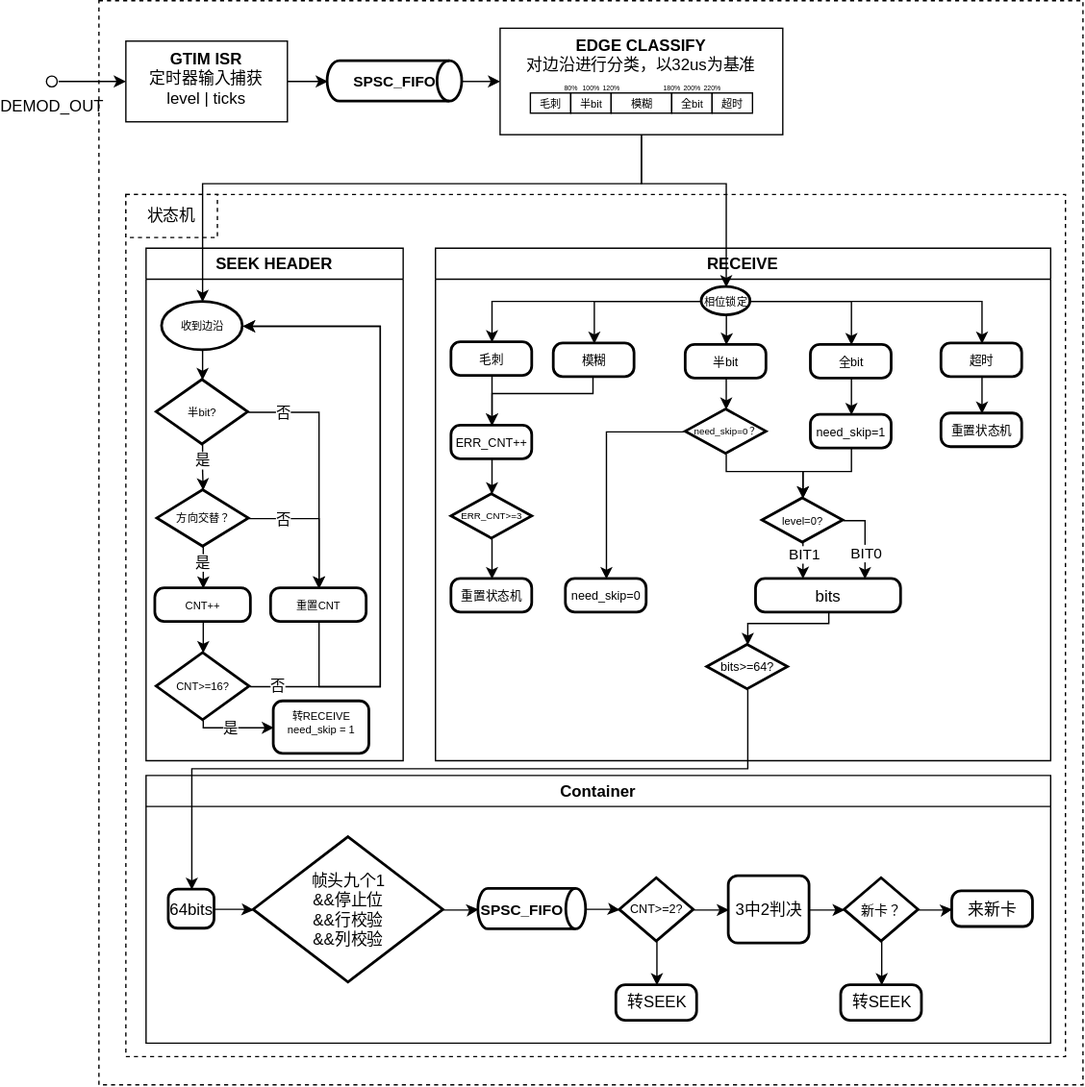
This is 资源/drawio/1785915796819.drawio.svg from Siaiai/ObsidianNote, a draw.io export, as it was before one commit. Source tidied: cells renumbered, new cells last; positions are measured from the earlier drawing's top-left corner, leaving out a move shared by most shapes.
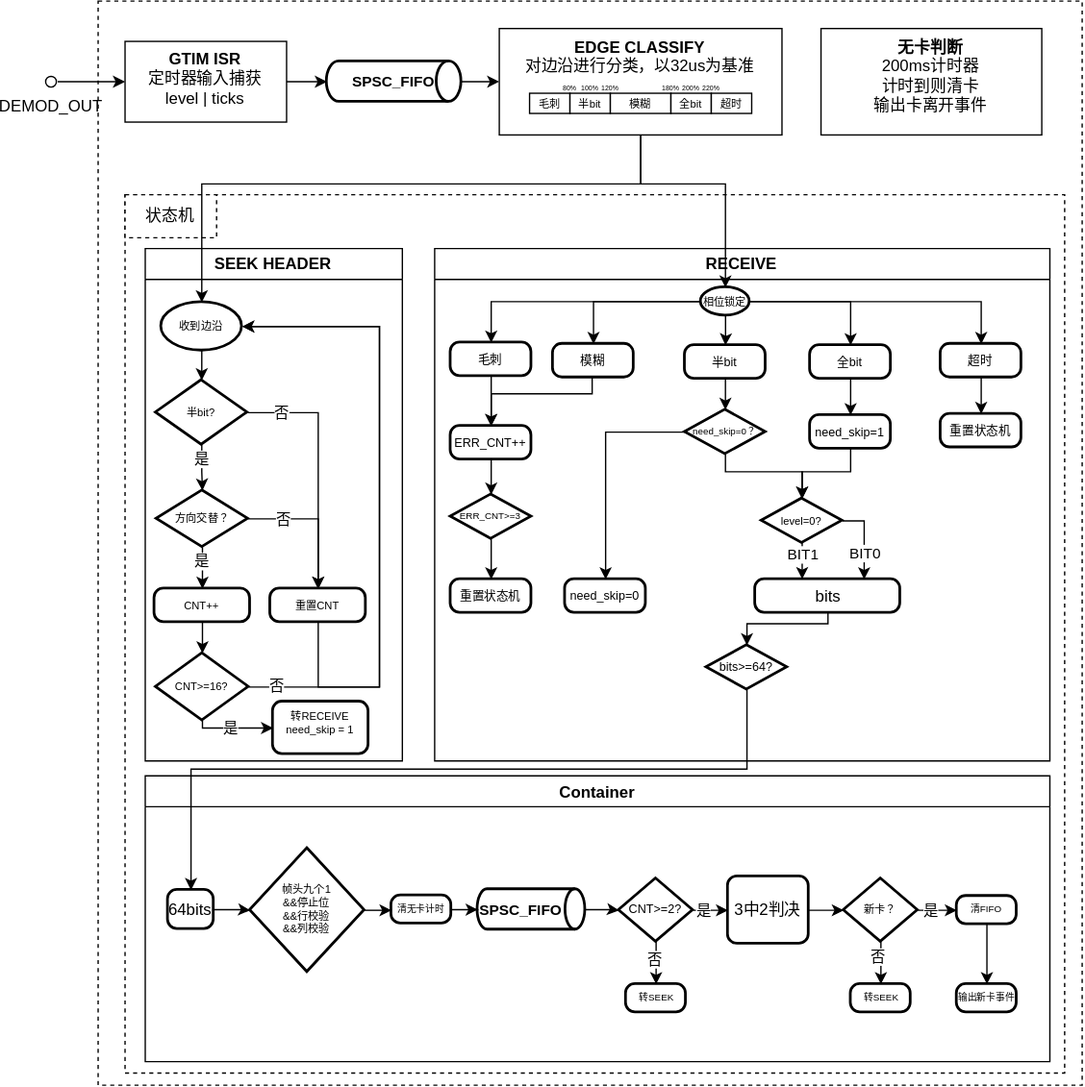
After the change.

Commit message:
[自动]笔记同步:2026-08-05 22:45:18 涉及文件个数:2

Affected files:
工作/[[SR3读卡器]]/260804SR3框架整理.md
资源/drawio/1785915796819.drawio.svg

The edit, as a diff of the source:
```diff
@@ -6,7 +6,7 @@
       <mxGeometry x="40" width="731" height="806" as="geometry" />
     </mxCell>
     <mxCell id="3" style="rounded=0;whiteSpace=wrap;html=1;dashed=1;fillColor=none;" parent="1" vertex="1">
-      <mxGeometry x="60" y="144" width="698" height="641" as="geometry" />
+      <mxGeometry x="60" y="144" width="698" height="653" as="geometry" />
     </mxCell>
     <mxCell id="4" style="edgeStyle=orthogonalEdgeStyle;rounded=0;jettySize=auto;html=1;" parent="1" edge="1" source="5" target="10">
       <mxGeometry relative="1" as="geometry" />
@@ -322,13 +322,13 @@
       </mxGeometry>
     </mxCell>
     <mxCell id="85" value="Container" style="swimlane;" parent="1" vertex="1">
-      <mxGeometry x="75" y="576" width="672" height="199" as="geometry" />
+      <mxGeometry x="75" y="576" width="672" height="212.5" as="geometry" />
     </mxCell>
     <mxCell id="86" value="64bits" style="rounded=1;whiteSpace=wrap;html=1;absoluteArcSize=1;arcSize=14;strokeWidth=2;" parent="85" vertex="1">
       <mxGeometry x="17" y="85" width="34" height="29" as="geometry" />
     </mxCell>
-    <mxCell id="87" value="帧头九个1&lt;div&gt;&amp;amp;&amp;amp;停止位&lt;/div&gt;&lt;div&gt;&amp;amp;&amp;amp;行校验&lt;/div&gt;&lt;div&gt;&amp;amp;&amp;amp;列校验&lt;/div&gt;" style="strokeWidth=2;html=1;shape=mxgraph.flowchart.decision;whiteSpace=wrap;" parent="85" vertex="1">
-      <mxGeometry x="80" y="46" width="141" height="108" as="geometry" />
+    <mxCell id="87" value="帧头九个1&lt;div&gt;&amp;amp;&amp;amp;停止位&lt;/div&gt;&lt;div&gt;&amp;amp;&amp;amp;行校验&lt;/div&gt;&lt;div&gt;&amp;amp;&amp;amp;列校验&lt;/div&gt;" style="strokeWidth=2;html=1;shape=mxgraph.flowchart.decision;whiteSpace=wrap;fontSize=8;" parent="85" vertex="1">
+      <mxGeometry x="78" y="54" width="85" height="92" as="geometry" />
     </mxCell>
     <mxCell id="88" value="&lt;font face=&quot;Helvetica&quot; style=&quot;font-size: 11px;&quot;&gt;&lt;b style=&quot;&quot;&gt;SPSC_FIFO&lt;/b&gt;&lt;/font&gt;" style="strokeWidth=2;html=1;shape=mxgraph.flowchart.direct_data;whiteSpace=wrap;align=left;" parent="85" vertex="1">
       <mxGeometry x="247" y="84.5" width="80" height="30" as="geometry" />
@@ -336,45 +336,60 @@
     <mxCell id="89" style="edgeStyle=orthogonalEdgeStyle;rounded=0;jettySize=auto;html=1;entryX=0;entryY=0.5;entryDx=0;entryDy=0;" parent="85" edge="1" source="91" target="92">
       <mxGeometry relative="1" as="geometry" />
     </mxCell>
+    <mxCell id="104" value="是" style="edgeLabel;html=1;align=center;verticalAlign=middle;" parent="89" vertex="1">
+      <mxGeometry x="0.47" relative="1" as="geometry">
+        <mxPoint x="-4" as="offset" />
+      </mxGeometry>
+    </mxCell>
     <mxCell id="90" style="edgeStyle=orthogonalEdgeStyle;rounded=0;jettySize=auto;html=1;entryX=0.5;entryY=0;entryDx=0;entryDy=0;" parent="85" edge="1" source="91" target="96">
       <mxGeometry relative="1" as="geometry" />
     </mxCell>
+    <mxCell id="105" value="否" style="edgeLabel;html=1;align=center;verticalAlign=middle;" parent="90" vertex="1">
+      <mxGeometry x="0.23" y="-1" relative="1" as="geometry" />
+    </mxCell>
     <mxCell id="91" value="CNT&amp;gt;=2?" style="strokeWidth=2;html=1;shape=mxgraph.flowchart.decision;whiteSpace=wrap;fontSize=9;" parent="85" vertex="1">
       <mxGeometry x="352" y="76.5" width="55" height="47" as="geometry" />
     </mxCell>
     <mxCell id="92" value="3中2判决" style="rounded=1;whiteSpace=wrap;html=1;absoluteArcSize=1;arcSize=14;strokeWidth=2;" parent="85" vertex="1">
       <mxGeometry x="433" y="75" width="60" height="50" as="geometry" />
     </mxCell>
+    <mxCell id="94" style="edgeStyle=orthogonalEdgeStyle;rounded=0;jettySize=auto;html=1;entryX=0;entryY=0.5;entryDx=0;entryDy=0;" parent="85" edge="1" source="95" target="108">
+      <mxGeometry relative="1" as="geometry" />
+    </mxCell>
+    <mxCell id="106" value="是" style="edgeLabel;html=1;align=center;verticalAlign=middle;" parent="94" vertex="1">
+      <mxGeometry x="0.04" y="2" relative="1" as="geometry">
+        <mxPoint x="-4" y="-2" as="offset" />
+      </mxGeometry>
+    </mxCell>
     <mxCell id="93" style="edgeStyle=orthogonalEdgeStyle;rounded=0;jettySize=auto;html=1;entryX=0.5;entryY=0;entryDx=0;entryDy=0;" parent="85" edge="1" source="95" target="97">
       <mxGeometry relative="1" as="geometry" />
     </mxCell>
-    <mxCell id="94" style="edgeStyle=orthogonalEdgeStyle;rounded=0;jettySize=auto;html=1;entryX=0;entryY=0.5;entryDx=0;entryDy=0;" parent="85" edge="1" source="95" target="102">
-      <mxGeometry relative="1" as="geometry" />
-    </mxCell>
+    <mxCell id="107" value="否" style="edgeLabel;html=1;align=center;verticalAlign=middle;" parent="93" vertex="1">
+      <mxGeometry x="0.15" y="-1" relative="1" as="geometry">
+        <mxPoint x="-1" as="offset" />
+      </mxGeometry>
+    </mxCell>
-    <mxCell id="95" value="新卡？" style="strokeWidth=2;html=1;shape=mxgraph.flowchart.decision;whiteSpace=wrap;fontSize=10;" parent="85" vertex="1">
+    <mxCell id="95" value="新卡？" style="strokeWidth=2;html=1;shape=mxgraph.flowchart.decision;whiteSpace=wrap;fontSize=8;" parent="85" vertex="1">
       <mxGeometry x="519" y="76.5" width="55" height="47" as="geometry" />
     </mxCell>
-    <mxCell id="96" value="转SEEK" style="rounded=1;whiteSpace=wrap;html=1;absoluteArcSize=1;arcSize=14;strokeWidth=2;" parent="85" vertex="1">
-      <mxGeometry x="349.5" y="156" width="60" height="26.5" as="geometry" />
+    <mxCell id="96" value="转SEEK" style="rounded=1;whiteSpace=wrap;html=1;absoluteArcSize=1;arcSize=14;strokeWidth=2;fontFamily=Helvetica;fontSize=7;fontColor=default;fontStyle=0;align=center;verticalAlign=middle;" parent="85" vertex="1">
+      <mxGeometry x="357.2" y="155" width="44.5" height="21" as="geometry" />
     </mxCell>
-    <mxCell id="97" value="转SEEK" style="rounded=1;whiteSpace=wrap;html=1;absoluteArcSize=1;arcSize=14;strokeWidth=2;" parent="85" vertex="1">
-      <mxGeometry x="516.5" y="156" width="60" height="26.5" as="geometry" />
+    <mxCell id="97" value="转SEEK" style="rounded=1;whiteSpace=wrap;html=1;absoluteArcSize=1;arcSize=14;strokeWidth=2;fontFamily=Helvetica;fontSize=7;fontColor=default;fontStyle=0;align=center;verticalAlign=middle;" parent="85" vertex="1">
+      <mxGeometry x="524.2" y="155" width="44.5" height="21" as="geometry" />
     </mxCell>
     <mxCell id="98" style="edgeStyle=orthogonalEdgeStyle;rounded=0;jettySize=auto;html=1;entryX=0;entryY=0.5;entryDx=0;entryDy=0;entryPerimeter=0;" parent="85" edge="1" source="86" target="87">
       <mxGeometry relative="1" as="geometry" />
     </mxCell>
-    <mxCell id="99" style="edgeStyle=orthogonalEdgeStyle;rounded=0;jettySize=auto;html=1;entryX=0;entryY=0.5;entryDx=0;entryDy=0;entryPerimeter=0;" parent="85" edge="1" source="87" target="88">
-      <mxGeometry relative="1" as="geometry" />
-    </mxCell>
     <mxCell id="100" style="edgeStyle=orthogonalEdgeStyle;rounded=0;jettySize=auto;html=1;entryX=0;entryY=0.5;entryDx=0;entryDy=0;entryPerimeter=0;" parent="85" edge="1" source="88" target="91">
       <mxGeometry relative="1" as="geometry" />
     </mxCell>
     <mxCell id="101" style="edgeStyle=orthogonalEdgeStyle;rounded=0;jettySize=auto;html=1;entryX=0;entryY=0.5;entryDx=0;entryDy=0;entryPerimeter=0;" parent="85" edge="1" source="92" target="95">
       <mxGeometry relative="1" as="geometry" />
     </mxCell>
-    <mxCell id="102" value="来新卡" style="rounded=1;whiteSpace=wrap;html=1;absoluteArcSize=1;arcSize=14;strokeWidth=2;fontStyle=0;" parent="85" vertex="1">
-      <mxGeometry x="599" y="86.2" width="60" height="26.5" as="geometry" />
-    </mxCell>
+    <mxCell id="108" value="清FIFO" style="rounded=1;whiteSpace=wrap;html=1;absoluteArcSize=1;arcSize=14;strokeWidth=2;fontSize=7;" parent="85" vertex="1">
+      <mxGeometry x="603" y="89.5" width="44.5" height="21" as="geometry" />
+    </mxCell>
     <mxCell id="103" style="edgeStyle=orthogonalEdgeStyle;rounded=0;jettySize=auto;html=1;entryX=0.5;entryY=0;entryDx=0;entryDy=0;" parent="1" edge="1" source="65" target="86">
       <mxGeometry relative="1" as="geometry">
         <Array as="points">
@@ -383,5 +398,23 @@
         </Array>
       </mxGeometry>
     </mxCell>
+    <mxCell id="109" value="清无卡计时" style="rounded=1;whiteSpace=wrap;html=1;absoluteArcSize=1;arcSize=14;strokeWidth=2;fontSize=7;" parent="1" vertex="1">
+      <mxGeometry x="258" y="665" width="44.5" height="21" as="geometry" />
+    </mxCell>
+    <mxCell id="110" style="edgeStyle=orthogonalEdgeStyle;rounded=0;jettySize=auto;html=1;entryX=0;entryY=0.5;entryDx=0;entryDy=0;" parent="1" edge="1" source="87" target="109">
+      <mxGeometry relative="1" as="geometry" />
+    </mxCell>
+    <mxCell id="111" style="edgeStyle=orthogonalEdgeStyle;rounded=0;jettySize=auto;html=1;entryX=0;entryY=0.5;entryDx=0;entryDy=0;entryPerimeter=0;" parent="1" edge="1" source="109" target="88">
+      <mxGeometry relative="1" as="geometry" />
+    </mxCell>
+    <mxCell id="112" value="&lt;b&gt;无卡判断&lt;/b&gt;&lt;div&gt;200ms计时器&lt;/div&gt;&lt;div&gt;计时到则清卡&lt;/div&gt;&lt;div&gt;输出卡离开事件&lt;/div&gt;&lt;div&gt;&lt;br&gt;&lt;/div&gt;&lt;div&gt;&lt;br&gt;&lt;/div&gt;" style="rounded=0;whiteSpace=wrap;html=1;verticalAlign=top;" parent="1" vertex="1">
+      <mxGeometry x="577" y="20.4" width="164" height="79.1" as="geometry" />
+    </mxCell>
+    <mxCell id="113" value="输出新卡事件" style="rounded=1;whiteSpace=wrap;html=1;absoluteArcSize=1;arcSize=14;strokeWidth=2;fontSize=7;" parent="1" vertex="1">
+      <mxGeometry x="678" y="731" width="44.5" height="21" as="geometry" />
+    </mxCell>
+    <mxCell id="114" style="edgeStyle=orthogonalEdgeStyle;rounded=0;jettySize=auto;html=1;entryX=0.5;entryY=0;entryDx=0;entryDy=0;" parent="1" edge="1" source="108" target="113">
+      <mxGeometry relative="1" as="geometry" />
+    </mxCell>
   </root>
 </mxGraphModel>
```
